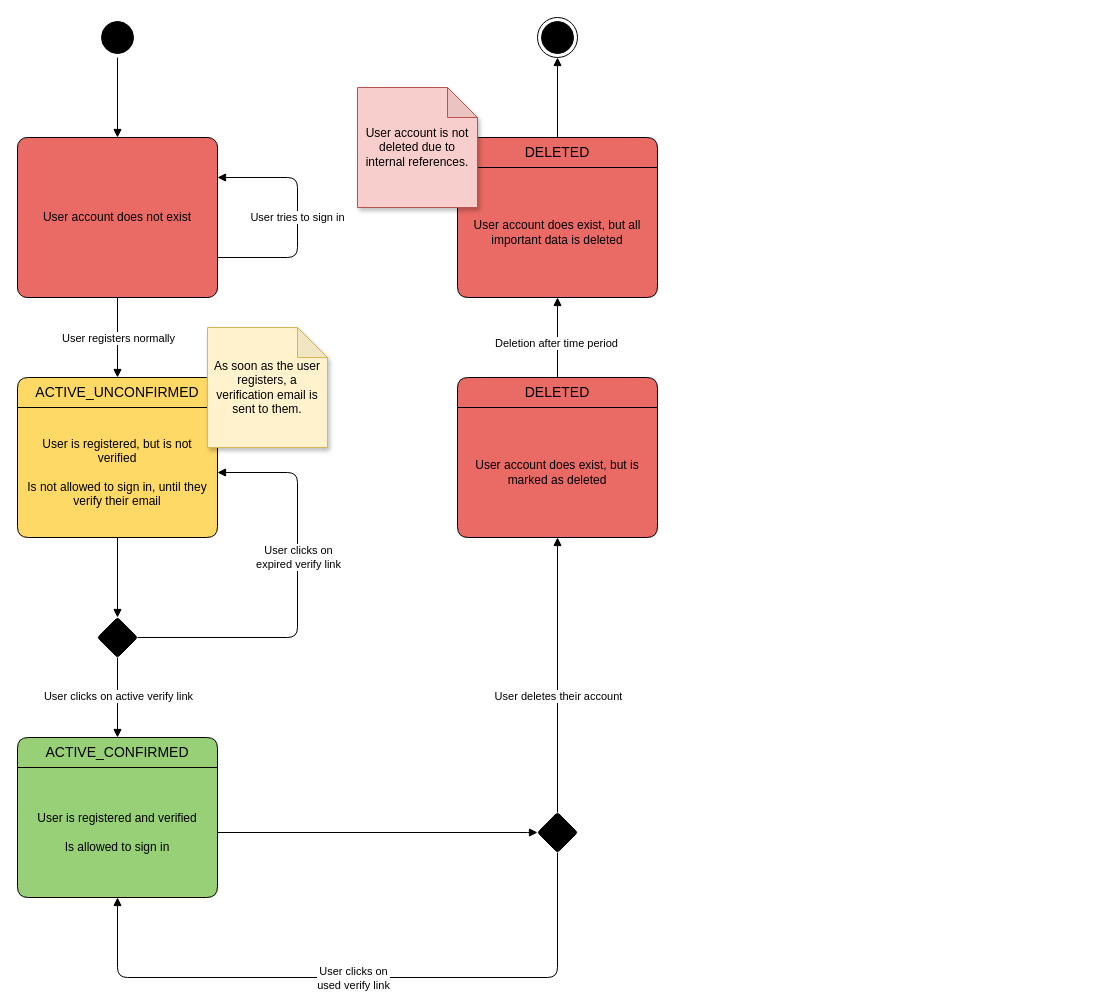
SE-UUlm/snowballr keeps this draw.io diagram as page "User Account Lifecycle" (4 of 5) of SnowballR Diagrams.drawio. Above is the earlier version. Source tidied: cells renumbered, new cells numbered last; positions are measured from the earlier drawing's top-left corner, leaving out a move shared by most shapes. Both pictures are drawn from the tidied source at 100%, with x=0, y=0 at pixel (17, 17).
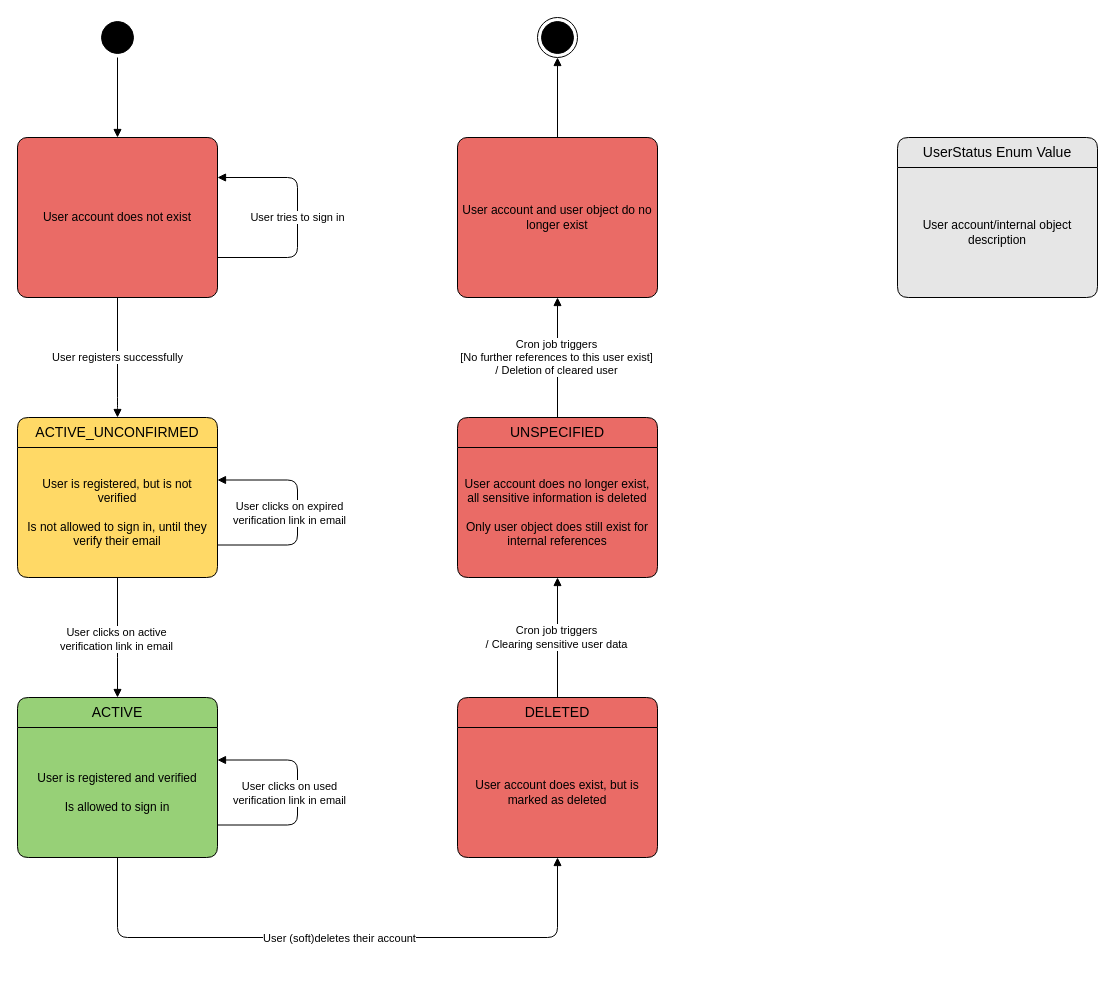
The same page after the edit.

Commit message (it also covers changes not shown here):
feat: update user account lifecycle diagram

The change refers to these unchanged cells:
```xml
<mxCell id="4" style="ellipse;html=1;shape=startState;fillColor=#000000;strokeColor=#000000;margin=4;spacing=2;" parent="1" vertex="1">
  <mxGeometry x="80" width="40" height="40" as="geometry" />
</mxCell>
<mxCell id="6" value="User is registered, but is not verified&lt;br&gt;&lt;br&gt;Is not allowed to sign in, until they verify their email" style="align=center;strokeColor=none;fillColor=none;spacingLeft=4;spacingRight=4;fontSize=12;verticalAlign=middle;html=1;whiteSpace=wrap;" parent="5" vertex="1">
  <mxGeometry y="30" width="200" height="130" as="geometry" />
</mxCell>
<mxCell id="33" style="ellipse;html=1;shape=endState;fillColor=#000000;strokeColor=#000000;" parent="1" vertex="1">
  <mxGeometry x="520" width="40" height="40" as="geometry" />
</mxCell>
```

Diff of the diagram source:
```diff
@@
-    <mxCell id="2" value="User account does not exist" style="rounded=1;whiteSpace=wrap;html=1;fillColor=#EA6B66;arcSize=6;" parent="1" vertex="1">
-      <mxGeometry y="120" width="200" height="160" as="geometry" />
-    </mxCell>
-    <mxCell id="3" style="edgeStyle=orthogonalEdgeStyle;rounded=1;jettySize=auto;html=1;exitX=0.5;exitY=1;exitDx=0;exitDy=0;entryX=0.5;entryY=0;entryDx=0;entryDy=0;curved=0;endArrow=block;endFill=1;" parent="1" edge="1" source="4" target="2">
+    <mxCell id="3" style="edgeStyle=orthogonalEdgeStyle;rounded=0;jettySize=auto;html=1;entryX=0.5;entryY=0;entryDx=0;entryDy=0;exitX=0.5;exitY=1;exitDx=0;exitDy=0;endArrow=block;endFill=1;" parent="1" edge="1" source="4" target="2">
       <mxGeometry relative="1" as="geometry" />
     </mxCell>
@@
+    <mxCell id="2" value="User account does not exist" style="rounded=1;whiteSpace=wrap;html=1;fillColor=#EA6B66;arcSize=6;" parent="1" vertex="1">
+      <mxGeometry y="120" width="200" height="160" as="geometry" />
+    </mxCell>
+    <mxCell id="16" value="User tries to sign in" style="edgeStyle=orthogonalEdgeStyle;rounded=1;orthogonalLoop=1;jettySize=auto;html=1;exitX=1;exitY=0.75;exitDx=0;exitDy=0;entryX=1;entryY=0.25;entryDx=0;entryDy=0;curved=0;endArrow=block;endFill=1;" parent="1" edge="1" source="2" target="2">
+      <mxGeometry relative="1" as="geometry">
+        <Array as="points">
+          <mxPoint x="280" y="240" />
+          <mxPoint x="280" y="160" />
+        </Array>
+      </mxGeometry>
+    </mxCell>
     <mxCell id="5" value="ACTIVE_UNCONFIRMED" style="swimlane;horizontal=1;startSize=30;rounded=1;fontSize=14;fontStyle=0;strokeWidth=1;shadow=0;dashed=0;align=center;arcSize=12;whiteSpace=wrap;html=1;swimlaneFillColor=#FFD966;fillColor=#FFD966;swimlaneLine=1;swimlaneHead=1;swimlaneBody=1;" parent="1" vertex="1">
-      <mxGeometry y="360" width="200" height="160" as="geometry" />
+      <mxGeometry y="400" width="200" height="160" as="geometry" />
     </mxCell>
@@
-    <mxCell id="7" value="ACTIVE_CONFIRMED" style="swimlane;horizontal=1;startSize=30;rounded=1;fontSize=14;fontStyle=0;strokeWidth=1;shadow=0;dashed=0;align=center;arcSize=12;whiteSpace=wrap;html=1;swimlaneFillColor=#97D077;fillColor=#97D077;" parent="1" vertex="1">
-      <mxGeometry y="720" width="200" height="160" as="geometry" />
-    </mxCell>
+    <mxCell id="34" style="edgeStyle=orthogonalEdgeStyle;rounded=1;orthogonalLoop=1;jettySize=auto;html=1;exitX=1;exitY=0.75;exitDx=0;exitDy=0;entryX=1;entryY=0.25;entryDx=0;entryDy=0;curved=0;endArrow=block;endFill=1;" parent="5" edge="1" source="6" target="6">
+      <mxGeometry relative="1" as="geometry">
+        <Array as="points">
+          <mxPoint x="280" y="127" />
+          <mxPoint x="280" y="63" />
+          <mxPoint x="200" y="63" />
+        </Array>
+      </mxGeometry>
+    </mxCell>
+    <mxCell id="35" value="User clicks on expired&lt;div&gt;verification link in email&lt;/div&gt;" style="edgeLabel;html=1;align=center;verticalAlign=middle;" parent="34" vertex="1">
+      <mxGeometry x="0.36" y="-1" relative="1" as="geometry">
+        <mxPoint x="-1" y="34" as="offset" />
+      </mxGeometry>
+    </mxCell>
+    <mxCell id="9" value="User registers successfully" style="edgeStyle=orthogonalEdgeStyle;rounded=1;jettySize=auto;html=1;exitX=0.5;exitY=1;exitDx=0;exitDy=0;entryX=0.5;entryY=0;entryDx=0;entryDy=0;curved=0;endArrow=block;endFill=1;" parent="1" edge="1" source="2" target="5">
+      <mxGeometry relative="1" as="geometry">
+        <Array as="points">
+          <mxPoint x="100" y="390" />
+          <mxPoint x="100" y="390" />
+        </Array>
+      </mxGeometry>
+    </mxCell>
+    <mxCell id="36" value="ACTIVE" style="swimlane;horizontal=1;startSize=30;rounded=1;fontSize=14;fontStyle=0;strokeWidth=1;shadow=0;dashed=0;align=center;arcSize=12;whiteSpace=wrap;html=1;swimlaneFillColor=#97D077;fillColor=#97D077;" parent="1" vertex="1">
+      <mxGeometry y="680" width="200" height="160" as="geometry" />
+    </mxCell>
-    <mxCell id="8" value="User is registered and verified&lt;div&gt;&lt;br&gt;&lt;/div&gt;&lt;div&gt;Is allowed to sign in&lt;/div&gt;" style="align=center;strokeColor=none;fillColor=none;spacingLeft=4;spacingRight=4;fontSize=12;verticalAlign=middle;html=1;whiteSpace=wrap;" parent="7" vertex="1">
+    <mxCell id="8" value="User is registered and verified&lt;div&gt;&lt;br&gt;&lt;/div&gt;&lt;div&gt;Is allowed to sign in&lt;/div&gt;" style="align=center;strokeColor=none;fillColor=none;spacingLeft=4;spacingRight=4;fontSize=12;verticalAlign=middle;html=1;whiteSpace=wrap;" parent="36" vertex="1">
       <mxGeometry y="30" width="200" height="130" as="geometry" />
     </mxCell>
-    <mxCell id="9" style="edgeStyle=orthogonalEdgeStyle;rounded=1;jettySize=auto;html=1;exitX=0.5;exitY=1;exitDx=0;exitDy=0;entryX=0.5;entryY=0;entryDx=0;entryDy=0;curved=0;endArrow=block;endFill=1;" parent="1" edge="1" source="2" target="5">
-      <mxGeometry relative="1" as="geometry" />
-    </mxCell>
-    <mxCell id="10" value="User registers normally" style="edgeLabel;html=1;align=center;verticalAlign=middle;" parent="9" vertex="1">
-      <mxGeometry x="-0.46" y="1" relative="1" as="geometry">
-        <mxPoint x="-1" y="18" as="offset" />
-      </mxGeometry>
-    </mxCell>
-    <mxCell id="11" value="As soon as the user registers, a verification email is sent to them." style="shape=note;whiteSpace=wrap;html=1;backgroundOutline=1;darkOpacity=0.05;fillColor=#fff2cc;strokeColor=#d6b656;shadow=1;align=center;verticalAlign=middle;textShadow=0;" parent="1" vertex="1">
-      <mxGeometry x="190" y="310" width="120" height="120" as="geometry" />
-    </mxCell>
-    <mxCell id="12" style="edgeStyle=orthogonalEdgeStyle;rounded=1;jettySize=auto;html=1;exitX=0.5;exitY=1;exitDx=0;exitDy=0;entryX=0.5;entryY=0;entryDx=0;entryDy=0;curved=0;endArrow=block;endFill=1;" parent="1" edge="1" source="14" target="7">
-      <mxGeometry relative="1" as="geometry" />
-    </mxCell>
-    <mxCell id="13" value="User clicks on active verify link" style="edgeLabel;html=1;align=center;verticalAlign=middle;" parent="12" vertex="1">
-      <mxGeometry x="-0.04" y="2" relative="1" as="geometry">
-        <mxPoint x="-2" as="offset" />
-      </mxGeometry>
-    </mxCell>
-    <mxCell id="14" style="rhombus;whiteSpace=wrap;html=1;fillColor=#000000;rounded=1;arcSize=5;" parent="1" vertex="1">
-      <mxGeometry x="80" y="600" width="40" height="40" as="geometry" />
-    </mxCell>
-    <mxCell id="15" style="edgeStyle=orthogonalEdgeStyle;rounded=1;jettySize=auto;html=1;exitX=0.5;exitY=1;exitDx=0;exitDy=0;entryX=0.5;entryY=0;entryDx=0;entryDy=0;curved=0;endArrow=block;endFill=1;" parent="1" edge="1" source="6" target="14">
-      <mxGeometry relative="1" as="geometry" />
-    </mxCell>
-    <mxCell id="16" value="User tries to sign in" style="edgeStyle=orthogonalEdgeStyle;rounded=1;orthogonalLoop=1;jettySize=auto;html=1;exitX=1;exitY=0.75;exitDx=0;exitDy=0;entryX=1;entryY=0.25;entryDx=0;entryDy=0;curved=0;endArrow=block;endFill=1;" parent="1" edge="1" source="2" target="2">
-      <mxGeometry relative="1" as="geometry">
-        <Array as="points">
-          <mxPoint x="280" y="240" />
-          <mxPoint x="280" y="160" />
-        </Array>
-      </mxGeometry>
-    </mxCell>
-    <mxCell id="17" style="edgeStyle=orthogonalEdgeStyle;rounded=1;jettySize=auto;html=1;exitX=1;exitY=0.5;exitDx=0;exitDy=0;entryX=1;entryY=0.5;entryDx=0;entryDy=0;curved=0;endArrow=block;endFill=1;" parent="1" edge="1" source="14" target="6">
-      <mxGeometry relative="1" as="geometry">
-        <Array as="points">
-          <mxPoint x="280" y="620" />
-          <mxPoint x="280" y="455" />
-        </Array>
-      </mxGeometry>
-    </mxCell>
-    <mxCell id="18" value="User clicks on&lt;br&gt;expired verify link" style="edgeLabel;html=1;align=center;verticalAlign=middle;" parent="17" vertex="1">
-      <mxGeometry x="0.36" y="-1" relative="1" as="geometry">
-        <mxPoint x="-1" y="34" as="offset" />
-      </mxGeometry>
-    </mxCell>
-    <mxCell id="19" style="edgeStyle=orthogonalEdgeStyle;rounded=0;jettySize=auto;html=1;exitX=0.5;exitY=0;exitDx=0;exitDy=0;entryX=0.5;entryY=1;entryDx=0;entryDy=0;endArrow=block;endFill=1;" parent="1" edge="1" source="21" target="26">
-      <mxGeometry relative="1" as="geometry" />
-    </mxCell>
-    <mxCell id="20" value="User deletes their account" style="edgeLabel;html=1;align=center;verticalAlign=middle;" parent="19" vertex="1">
-      <mxGeometry x="0.03" y="-1" relative="1" as="geometry">
-        <mxPoint x="-1" y="25" as="offset" />
-      </mxGeometry>
-    </mxCell>
-    <mxCell id="21" style="rhombus;whiteSpace=wrap;html=1;fillColor=#000000;rounded=1;arcSize=5;" parent="1" vertex="1">
-      <mxGeometry x="520" y="795" width="40" height="40" as="geometry" />
-    </mxCell>
-    <mxCell id="22" style="edgeStyle=orthogonalEdgeStyle;rounded=0;jettySize=auto;html=1;exitX=1;exitY=0.5;exitDx=0;exitDy=0;entryX=0;entryY=0.5;entryDx=0;entryDy=0;endArrow=block;endFill=1;" parent="1" edge="1" source="8" target="21">
-      <mxGeometry relative="1" as="geometry">
-        <Array as="points">
-          <mxPoint x="510" y="815" />
-        </Array>
-      </mxGeometry>
-    </mxCell>
-    <mxCell id="23" style="edgeStyle=orthogonalEdgeStyle;rounded=1;jettySize=auto;html=1;exitX=0.5;exitY=1;exitDx=0;exitDy=0;entryX=0.5;entryY=1;entryDx=0;entryDy=0;curved=0;endArrow=block;endFill=1;" parent="1" edge="1" source="21" target="8">
-      <mxGeometry relative="1" as="geometry">
-        <Array as="points">
-          <mxPoint x="540" y="960" />
-          <mxPoint x="100" y="960" />
-        </Array>
-      </mxGeometry>
-    </mxCell>
-    <mxCell id="24" value="User clicks on&lt;br&gt;used verify link" style="edgeLabel;html=1;align=center;verticalAlign=middle;" parent="23" vertex="1">
-      <mxGeometry x="0.31" y="-3" relative="1" as="geometry">
-        <mxPoint x="92" y="3" as="offset" />
-      </mxGeometry>
-    </mxCell>
-    <mxCell id="25" value="DELETED" style="swimlane;horizontal=1;startSize=30;rounded=1;fontSize=14;fontStyle=0;strokeWidth=1;shadow=0;dashed=0;align=center;arcSize=12;whiteSpace=wrap;html=1;swimlaneFillColor=#EA6B66;fillColor=#EA6B66;" parent="1" vertex="1">
-      <mxGeometry x="440" y="360" width="200" height="160" as="geometry" />
-    </mxCell>
+    <mxCell id="37" style="edgeStyle=orthogonalEdgeStyle;rounded=1;orthogonalLoop=1;jettySize=auto;html=1;exitX=1;exitY=0.75;exitDx=0;exitDy=0;entryX=1;entryY=0.25;entryDx=0;entryDy=0;curved=0;endArrow=block;endFill=1;" parent="36" edge="1" source="8" target="8">
+      <mxGeometry relative="1" as="geometry">
+        <Array as="points">
+          <mxPoint x="280" y="128" />
+          <mxPoint x="280" y="63" />
+          <mxPoint x="200" y="63" />
+        </Array>
+      </mxGeometry>
+    </mxCell>
+    <mxCell id="38" value="User clicks on used&lt;div&gt;verification link in email&lt;/div&gt;" style="edgeLabel;html=1;align=center;verticalAlign=middle;" parent="37" vertex="1">
+      <mxGeometry x="0.36" y="-1" relative="1" as="geometry">
+        <mxPoint x="-1" y="34" as="offset" />
+      </mxGeometry>
+    </mxCell>
+    <mxCell id="39" style="edgeStyle=orthogonalEdgeStyle;rounded=1;jettySize=auto;html=1;exitX=0.5;exitY=1;exitDx=0;exitDy=0;entryX=0.5;entryY=0;entryDx=0;entryDy=0;curved=0;endArrow=block;endFill=1;" parent="1" edge="1" source="6" target="36">
+      <mxGeometry relative="1" as="geometry">
+        <Array as="points">
+          <mxPoint x="100" y="630" />
+          <mxPoint x="100" y="630" />
+        </Array>
+      </mxGeometry>
+    </mxCell>
+    <mxCell id="40" value="User clicks on active&lt;div&gt;verification link in email&lt;/div&gt;" style="edgeLabel;html=1;align=center;verticalAlign=middle;" parent="39" vertex="1">
+      <mxGeometry x="0.36" y="-1" relative="1" as="geometry">
+        <mxPoint x="-1" y="-21" as="offset" />
+      </mxGeometry>
+    </mxCell>
+    <mxCell id="41" value="DELETED" style="swimlane;horizontal=1;startSize=30;rounded=1;fontSize=14;fontStyle=0;strokeWidth=1;shadow=0;dashed=0;align=center;arcSize=12;whiteSpace=wrap;html=1;swimlaneFillColor=#EA6B66;fillColor=#EA6B66;" parent="1" vertex="1">
+      <mxGeometry x="440" y="680" width="200" height="160" as="geometry" />
+    </mxCell>
-    <mxCell id="26" value="User account does exist, but is marked as deleted" style="align=center;strokeColor=none;fillColor=none;spacingLeft=4;spacingRight=4;fontSize=12;verticalAlign=middle;html=1;whiteSpace=wrap;" parent="25" vertex="1">
+    <mxCell id="26" value="User account does exist, but is marked as deleted" style="align=center;strokeColor=none;fillColor=none;spacingLeft=4;spacingRight=4;fontSize=12;verticalAlign=middle;html=1;whiteSpace=wrap;" parent="41" vertex="1">
       <mxGeometry y="30" width="200" height="130" as="geometry" />
     </mxCell>
-    <mxCell id="27" style="edgeStyle=orthogonalEdgeStyle;rounded=0;jettySize=auto;html=1;exitX=0.5;exitY=0;exitDx=0;exitDy=0;entryX=0.5;entryY=1;entryDx=0;entryDy=0;endArrow=block;endFill=1;" parent="1" edge="1" source="28" target="33">
-      <mxGeometry relative="1" as="geometry" />
-    </mxCell>
-    <mxCell id="28" value="DELETED" style="swimlane;horizontal=1;startSize=30;rounded=1;fontSize=14;fontStyle=0;strokeWidth=1;shadow=0;dashed=0;align=center;arcSize=12;whiteSpace=wrap;html=1;swimlaneFillColor=#EA6B66;fillColor=#EA6B66;" parent="1" vertex="1">
-      <mxGeometry x="440" y="120" width="200" height="160" as="geometry" />
-    </mxCell>
-    <mxCell id="29" value="User account does exist, but all important data is deleted" style="align=center;strokeColor=none;fillColor=none;spacingLeft=4;spacingRight=4;fontSize=12;verticalAlign=middle;html=1;whiteSpace=wrap;" parent="28" vertex="1">
-      <mxGeometry y="30" width="200" height="130" as="geometry" />
-    </mxCell>
-    <mxCell id="30" style="edgeStyle=orthogonalEdgeStyle;rounded=0;jettySize=auto;html=1;exitX=0.5;exitY=0;exitDx=0;exitDy=0;entryX=0.5;entryY=1;entryDx=0;entryDy=0;endArrow=block;endFill=1;" parent="1" edge="1" source="25" target="29">
-      <mxGeometry relative="1" as="geometry" />
-    </mxCell>
-    <mxCell id="31" value="Deletion after time period" style="edgeLabel;html=1;align=center;verticalAlign=middle;" parent="30" vertex="1">
-      <mxGeometry x="-0.09" y="1" relative="1" as="geometry">
-        <mxPoint x="-1" y="1" as="offset" />
-      </mxGeometry>
-    </mxCell>
-    <mxCell id="32" value="User account is not deleted due to internal references." style="shape=note;whiteSpace=wrap;html=1;backgroundOutline=1;darkOpacity=0.05;fillColor=#f8cecc;strokeColor=#b85450;shadow=1;align=center;verticalAlign=middle;textShadow=0;" parent="1" vertex="1">
-      <mxGeometry x="340" y="70" width="120" height="120" as="geometry" />
-    </mxCell>
+    <mxCell id="42" style="rounded=1;jettySize=auto;html=1;exitX=0.5;exitY=1;exitDx=0;exitDy=0;entryX=0.5;entryY=1;entryDx=0;entryDy=0;endArrow=block;endFill=1;edgeStyle=orthogonalEdgeStyle;curved=0;" parent="1" edge="1" source="8" target="26">
+      <mxGeometry relative="1" as="geometry">
+        <Array as="points">
+          <mxPoint x="100" y="920" />
+          <mxPoint x="540" y="920" />
+        </Array>
+      </mxGeometry>
+    </mxCell>
+    <mxCell id="43" value="User (soft)deletes their account" style="edgeLabel;html=1;align=center;verticalAlign=middle;" parent="42" vertex="1">
+      <mxGeometry x="0.03" y="-1" relative="1" as="geometry">
+        <mxPoint x="-8" y="-1" as="offset" />
+      </mxGeometry>
+    </mxCell>
+    <mxCell id="44" value="UNSPECIFIED" style="swimlane;horizontal=1;startSize=30;rounded=1;fontSize=14;fontStyle=0;strokeWidth=1;shadow=0;dashed=0;align=center;arcSize=12;whiteSpace=wrap;html=1;swimlaneFillColor=#EA6B66;fillColor=#EA6B66;" parent="1" vertex="1">
+      <mxGeometry x="440" y="400" width="200" height="160" as="geometry" />
+    </mxCell>
+    <mxCell id="45" value="&lt;div&gt;User account does no longer exist,&lt;/div&gt;&lt;div&gt;all sensitive information is deleted&lt;/div&gt;&lt;div&gt;&lt;br&gt;&lt;/div&gt;&lt;div&gt;Only user object does still exist for internal references&lt;/div&gt;" style="align=center;strokeColor=none;fillColor=none;spacingLeft=4;spacingRight=4;fontSize=12;verticalAlign=middle;html=1;whiteSpace=wrap;" parent="44" vertex="1">
+      <mxGeometry y="30" width="200" height="130" as="geometry" />
+    </mxCell>
+    <mxCell id="46" style="edgeStyle=orthogonalEdgeStyle;rounded=0;jettySize=auto;html=1;exitX=0.5;exitY=0;exitDx=0;exitDy=0;entryX=0.5;entryY=1;entryDx=0;entryDy=0;endArrow=block;endFill=1;" parent="1" edge="1" source="41" target="45">
+      <mxGeometry relative="1" as="geometry" />
+    </mxCell>
+    <mxCell id="47" value="Cron job triggers&lt;div&gt;&lt;span style=&quot;background-color: light-dark(#ffffff, var(--ge-dark-color, #121212)); color: light-dark(rgb(0, 0, 0), rgb(255, 255, 255));&quot;&gt;/ Clearing sensitive user data&lt;/span&gt;&lt;/div&gt;" style="edgeLabel;html=1;align=center;verticalAlign=middle;" parent="46" vertex="1">
+      <mxGeometry x="-0.09" y="1" relative="1" as="geometry">
+        <mxPoint x="-1" y="-6" as="offset" />
+      </mxGeometry>
+    </mxCell>
+    <mxCell id="48" value="User account and user object do no longer exist" style="rounded=1;whiteSpace=wrap;html=1;fillColor=#EA6B66;arcSize=6;" parent="1" vertex="1">
+      <mxGeometry x="440" y="120" width="200" height="160" as="geometry" />
+    </mxCell>
+    <mxCell id="49" style="edgeStyle=orthogonalEdgeStyle;rounded=0;jettySize=auto;html=1;exitX=0.5;exitY=0;exitDx=0;exitDy=0;entryX=0.5;entryY=1;entryDx=0;entryDy=0;endArrow=block;endFill=1;" parent="1" edge="1" source="44" target="48">
+      <mxGeometry relative="1" as="geometry" />
+    </mxCell>
+    <mxCell id="50" value="Cron job triggers&lt;div&gt;[No further references to this user exist]&lt;/div&gt;&lt;div&gt;/ Deletion of cleared user&lt;/div&gt;" style="edgeLabel;html=1;align=center;verticalAlign=middle;" parent="49" vertex="1">
+      <mxGeometry x="-0.09" y="1" relative="1" as="geometry">
+        <mxPoint x="-1" y="-6" as="offset" />
+      </mxGeometry>
+    </mxCell>
@@
+    <mxCell id="51" style="edgeStyle=orthogonalEdgeStyle;rounded=0;jettySize=auto;html=1;entryX=0.5;entryY=1;entryDx=0;entryDy=0;exitX=0.5;exitY=0;exitDx=0;exitDy=0;endArrow=block;endFill=1;" parent="1" edge="1" source="48" target="33">
+      <mxGeometry relative="1" as="geometry" />
+    </mxCell>
+    <mxCell id="52" value="UserStatus Enum Value" style="swimlane;horizontal=1;startSize=30;rounded=1;fontSize=14;fontStyle=0;strokeWidth=1;shadow=0;dashed=0;align=center;arcSize=12;whiteSpace=wrap;html=1;swimlaneFillColor=#E6E6E6;fillColor=#E6E6E6;swimlaneLine=1;swimlaneHead=1;swimlaneBody=1;" parent="1" vertex="1">
+      <mxGeometry x="880" y="120" width="200" height="160" as="geometry" />
+    </mxCell>
+    <mxCell id="53" value="User account/internal object description" style="align=center;strokeColor=none;fillColor=none;spacingLeft=4;spacingRight=4;fontSize=12;verticalAlign=middle;html=1;whiteSpace=wrap;" parent="52" vertex="1">
+      <mxGeometry y="30" width="200" height="130" as="geometry" />
+    </mxCell>
```
